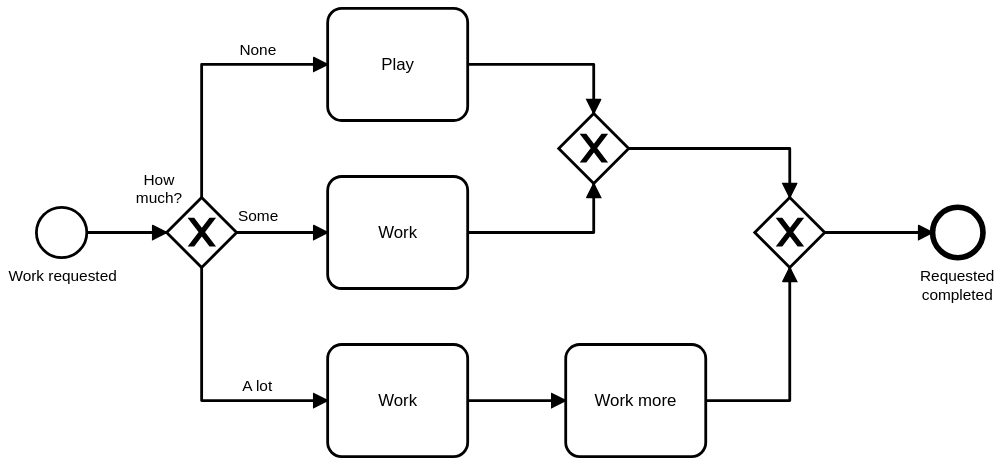
Before: docs/modeling/exclusive-paths.svg, a diagram exported from BPMN (datakurre/automation-playground). Its source is kept beside it as docs/modeling/exclusive-paths.bpmn. Ids are renumbered. Source of this version:
```xml
<bpmn:definitions xmlns:bpmn="http://www.omg.org/spec/BPMN/20100524/MODEL" xmlns:bpmndi="http://www.omg.org/spec/BPMN/20100524/DI" xmlns:dc="http://www.omg.org/spec/DD/20100524/DC" xmlns:di="http://www.omg.org/spec/DD/20100524/DI" xmlns:modeler="http://camunda.org/schema/modeler/1.0" id="Definitions_n1" targetNamespace="http://bpmn.io/schema/bpmn" exporter="Camunda Modeler" exporterVersion="5.6.0" modeler:executionPlatform="Camunda Cloud" modeler:executionPlatformVersion="8.1.0">
  <bpmn:process id="Process_n2" isExecutable="true">
    <bpmn:startEvent id="Event_n3" name="Work requested">
      <bpmn:outgoing>Flow_n4</bpmn:outgoing>
    </bpmn:startEvent>
    <bpmn:sequenceFlow id="Flow_n4" sourceRef="Event_n3" targetRef="Gateway_n5" />
    <bpmn:task id="Activity_n6" name="Work">
      <bpmn:incoming>Flow_n7</bpmn:incoming>
      <bpmn:outgoing>Flow_n8</bpmn:outgoing>
    </bpmn:task>
    <bpmn:sequenceFlow id="Flow_n7" name="Some" sourceRef="Gateway_n5" targetRef="Activity_n6" />
    <bpmn:task id="Activity_n9" name="Work">
      <bpmn:incoming>Flow_n10</bpmn:incoming>
      <bpmn:outgoing>Flow_n11</bpmn:outgoing>
    </bpmn:task>
    <bpmn:sequenceFlow id="Flow_n10" name="A lot" sourceRef="Gateway_n5" targetRef="Activity_n9" />
    <bpmn:task id="Activity_n12" name="Play">
      <bpmn:incoming>Flow_n13</bpmn:incoming>
      <bpmn:outgoing>Flow_n14</bpmn:outgoing>
    </bpmn:task>
    <bpmn:sequenceFlow id="Flow_n13" name="None" sourceRef="Gateway_n5" targetRef="Activity_n12" />
    <bpmn:sequenceFlow id="Flow_n14" sourceRef="Activity_n12" targetRef="Gateway_n15" />
    <bpmn:sequenceFlow id="Flow_n8" sourceRef="Activity_n6" targetRef="Gateway_n15" />
    <bpmn:task id="Activity_n16" name="Work more">
      <bpmn:incoming>Flow_n11</bpmn:incoming>
      <bpmn:outgoing>Flow_n17</bpmn:outgoing>
    </bpmn:task>
    <bpmn:sequenceFlow id="Flow_n11" sourceRef="Activity_n9" targetRef="Activity_n16" />
    <bpmn:sequenceFlow id="Flow_n18" sourceRef="Gateway_n15" targetRef="Gateway_n19" />
    <bpmn:sequenceFlow id="Flow_n17" sourceRef="Activity_n16" targetRef="Gateway_n19" />
    <bpmn:endEvent id="Event_n20" name="Requested completed">
      <bpmn:incoming>Flow_n21</bpmn:incoming>
    </bpmn:endEvent>
    <bpmn:sequenceFlow id="Flow_n21" sourceRef="Gateway_n19" targetRef="Event_n20" />
    <bpmn:exclusiveGateway id="Gateway_n5" name="How&#10;much?">
      <bpmn:incoming>Flow_n4</bpmn:incoming>
      <bpmn:outgoing>Flow_n7</bpmn:outgoing>
      <bpmn:outgoing>Flow_n10</bpmn:outgoing>
      <bpmn:outgoing>Flow_n13</bpmn:outgoing>
    </bpmn:exclusiveGateway>
    <bpmn:exclusiveGateway id="Gateway_n15">
      <bpmn:incoming>Flow_n14</bpmn:incoming>
      <bpmn:incoming>Flow_n8</bpmn:incoming>
      <bpmn:outgoing>Flow_n18</bpmn:outgoing>
    </bpmn:exclusiveGateway>
    <bpmn:exclusiveGateway id="Gateway_n19">
      <bpmn:incoming>Flow_n18</bpmn:incoming>
      <bpmn:incoming>Flow_n17</bpmn:incoming>
      <bpmn:outgoing>Flow_n21</bpmn:outgoing>
    </bpmn:exclusiveGateway>
  </bpmn:process>
  <bpmndi:BPMNDiagram id="BPMNDiagram_1">
    <bpmndi:BPMNPlane id="BPMNPlane_1" bpmnElement="Process_n2">
      <bpmndi:BPMNShape id="Activity_n12_di" bpmnElement="Activity_n12">
        <dc:Bounds x="350" y="80" width="100" height="80" />
        <bpmndi:BPMNLabel />
      </bpmndi:BPMNShape>
      <bpmndi:BPMNShape id="Event_n3_di" bpmnElement="Event_n3">
        <dc:Bounds x="142" y="222" width="36" height="36" />
        <bpmndi:BPMNLabel>
          <dc:Bounds x="122" y="265" width="78" height="14" />
        </bpmndi:BPMNLabel>
      </bpmndi:BPMNShape>
      <bpmndi:BPMNShape id="Activity_n6_di" bpmnElement="Activity_n6">
        <dc:Bounds x="350" y="200" width="100" height="80" />
        <bpmndi:BPMNLabel />
      </bpmndi:BPMNShape>
      <bpmndi:BPMNShape id="Event_n20_di" bpmnElement="Event_n20">
        <dc:Bounds x="782" y="222" width="36" height="36" />
        <bpmndi:BPMNLabel>
          <dc:Bounds x="773" y="265" width="54" height="27" />
        </bpmndi:BPMNLabel>
      </bpmndi:BPMNShape>
      <bpmndi:BPMNShape id="Gateway_1lwy6lg_di" bpmnElement="Gateway_n5" isMarkerVisible="true">
        <dc:Bounds x="235" y="215" width="50" height="50" />
        <bpmndi:BPMNLabel>
          <dc:Bounds x="213" y="196" width="34" height="27" />
        </bpmndi:BPMNLabel>
      </bpmndi:BPMNShape>
      <bpmndi:BPMNShape id="Gateway_1bffzgy_di" bpmnElement="Gateway_n19" isMarkerVisible="true">
        <dc:Bounds x="655" y="215" width="50" height="50" />
      </bpmndi:BPMNShape>
      <bpmndi:BPMNShape id="Gateway_18jeixg_di" bpmnElement="Gateway_n15" isMarkerVisible="true">
        <dc:Bounds x="515" y="155" width="50" height="50" />
      </bpmndi:BPMNShape>
      <bpmndi:BPMNShape id="Activity_n9_di" bpmnElement="Activity_n9">
        <dc:Bounds x="350" y="320" width="100" height="80" />
        <bpmndi:BPMNLabel />
      </bpmndi:BPMNShape>
      <bpmndi:BPMNShape id="Activity_n16_di" bpmnElement="Activity_n16">
        <dc:Bounds x="520" y="320" width="100" height="80" />
        <bpmndi:BPMNLabel />
      </bpmndi:BPMNShape>
      <bpmndi:BPMNEdge id="Flow_n4_di" bpmnElement="Flow_n4">
        <di:waypoint x="178" y="240" />
        <di:waypoint x="235" y="240" />
      </bpmndi:BPMNEdge>
      <bpmndi:BPMNEdge id="Flow_n7_di" bpmnElement="Flow_n7">
        <di:waypoint x="285" y="240" />
        <di:waypoint x="350" y="240" />
        <bpmndi:BPMNLabel>
          <dc:Bounds x="286" y="222" width="29" height="14" />
        </bpmndi:BPMNLabel>
      </bpmndi:BPMNEdge>
      <bpmndi:BPMNEdge id="Flow_n8_di" bpmnElement="Flow_n8">
        <di:waypoint x="450" y="240" />
        <di:waypoint x="540" y="240" />
        <di:waypoint x="540" y="205" />
      </bpmndi:BPMNEdge>
      <bpmndi:BPMNEdge id="Flow_n10_di" bpmnElement="Flow_n10">
        <di:waypoint x="260" y="265" />
        <di:waypoint x="260" y="360" />
        <di:waypoint x="350" y="360" />
        <bpmndi:BPMNLabel>
          <dc:Bounds x="289" y="343" width="21" height="14" />
        </bpmndi:BPMNLabel>
      </bpmndi:BPMNEdge>
      <bpmndi:BPMNEdge id="Flow_n11_di" bpmnElement="Flow_n11">
        <di:waypoint x="450" y="360" />
        <di:waypoint x="520" y="360" />
      </bpmndi:BPMNEdge>
      <bpmndi:BPMNEdge id="Flow_n13_di" bpmnElement="Flow_n13">
        <di:waypoint x="260" y="215" />
        <di:waypoint x="260" y="120" />
        <di:waypoint x="350" y="120" />
        <bpmndi:BPMNLabel>
          <dc:Bounds x="287" y="103" width="27" height="14" />
        </bpmndi:BPMNLabel>
      </bpmndi:BPMNEdge>
      <bpmndi:BPMNEdge id="Flow_n14_di" bpmnElement="Flow_n14">
        <di:waypoint x="450" y="120" />
        <di:waypoint x="540" y="120" />
        <di:waypoint x="540" y="155" />
      </bpmndi:BPMNEdge>
      <bpmndi:BPMNEdge id="Flow_n17_di" bpmnElement="Flow_n17">
        <di:waypoint x="620" y="360" />
        <di:waypoint x="680" y="360" />
        <di:waypoint x="680" y="265" />
      </bpmndi:BPMNEdge>
      <bpmndi:BPMNEdge id="Flow_n21_di" bpmnElement="Flow_n21">
        <di:waypoint x="705" y="240" />
        <di:waypoint x="782" y="240" />
      </bpmndi:BPMNEdge>
      <bpmndi:BPMNEdge id="Flow_n18_di" bpmnElement="Flow_n18">
        <di:waypoint x="565" y="180" />
        <di:waypoint x="680" y="180" />
        <di:waypoint x="680" y="215" />
      </bpmndi:BPMNEdge>
    </bpmndi:BPMNPlane>
  </bpmndi:BPMNDiagram>
</bpmn:definitions>
```
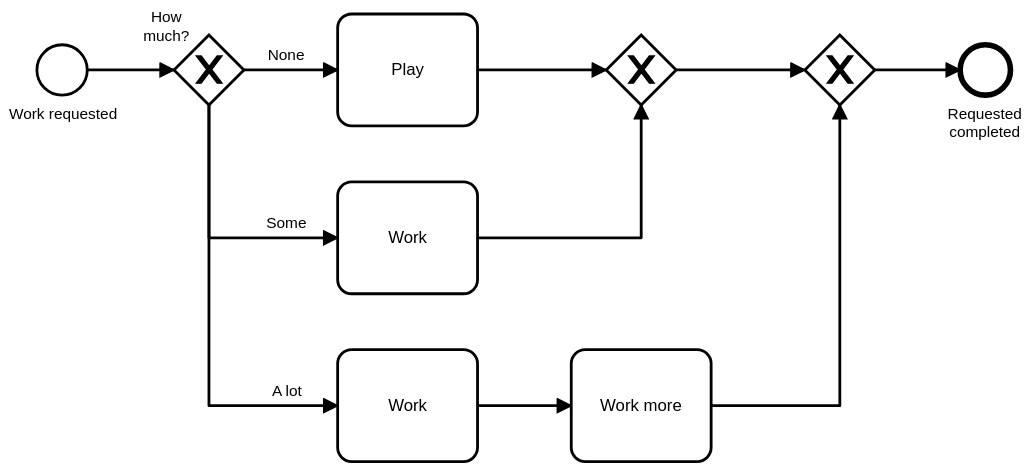
Above is the later version.

Change to the diagram source:
```diff
@@ -51,100 +51,98 @@
   </bpmn:process>
   <bpmndi:BPMNDiagram id="BPMNDiagram_1">
     <bpmndi:BPMNPlane id="BPMNPlane_1" bpmnElement="Process_n2">
-      <bpmndi:BPMNShape id="Activity_n12_di" bpmnElement="Activity_n12">
-        <dc:Bounds x="350" y="80" width="100" height="80" />
-        <bpmndi:BPMNLabel />
+      <bpmndi:BPMNShape id="Event_n3_di" bpmnElement="Event_n3">
+        <dc:Bounds x="172" y="112" width="36" height="36" />
+        <bpmndi:BPMNLabel>
+          <dc:Bounds x="152" y="155" width="78" height="14" />
+        </bpmndi:BPMNLabel>
       </bpmndi:BPMNShape>
-      <bpmndi:BPMNShape id="Event_n3_di" bpmnElement="Event_n3">
-        <dc:Bounds x="142" y="222" width="36" height="36" />
+      <bpmndi:BPMNShape id="Event_n20_di" bpmnElement="Event_n20">
+        <dc:Bounds x="832" y="112" width="36" height="36" />
         <bpmndi:BPMNLabel>
-          <dc:Bounds x="122" y="265" width="78" height="14" />
+          <dc:Bounds x="823" y="155" width="54" height="27" />
+        </bpmndi:BPMNLabel>
+      </bpmndi:BPMNShape>
+      <bpmndi:BPMNShape id="Gateway_1lwy6lg_di" bpmnElement="Gateway_n5" isMarkerVisible="true">
+        <dc:Bounds x="270" y="105" width="50" height="50" />
+        <bpmndi:BPMNLabel>
+          <dc:Bounds x="248" y="86" width="34" height="27" />
         </bpmndi:BPMNLabel>
       </bpmndi:BPMNShape>
       <bpmndi:BPMNShape id="Activity_n6_di" bpmnElement="Activity_n6">
-        <dc:Bounds x="350" y="200" width="100" height="80" />
+        <dc:Bounds x="387" y="210" width="100" height="80" />
         <bpmndi:BPMNLabel />
       </bpmndi:BPMNShape>
-      <bpmndi:BPMNShape id="Event_n20_di" bpmnElement="Event_n20">
-        <dc:Bounds x="782" y="222" width="36" height="36" />
-        <bpmndi:BPMNLabel>
-          <dc:Bounds x="773" y="265" width="54" height="27" />
-        </bpmndi:BPMNLabel>
+      <bpmndi:BPMNShape id="Activity_n9_di" bpmnElement="Activity_n9">
+        <dc:Bounds x="387" y="330" width="100" height="80" />
+        <bpmndi:BPMNLabel />
       </bpmndi:BPMNShape>
-      <bpmndi:BPMNShape id="Gateway_1lwy6lg_di" bpmnElement="Gateway_n5" isMarkerVisible="true">
-        <dc:Bounds x="235" y="215" width="50" height="50" />
-        <bpmndi:BPMNLabel>
-          <dc:Bounds x="213" y="196" width="34" height="27" />
-        </bpmndi:BPMNLabel>
+      <bpmndi:BPMNShape id="Activity_n12_di" bpmnElement="Activity_n12">
+        <dc:Bounds x="387" y="90" width="100" height="80" />
+        <bpmndi:BPMNLabel />
+      </bpmndi:BPMNShape>
+      <bpmndi:BPMNShape id="Gateway_18jeixg_di" bpmnElement="Gateway_n15" isMarkerVisible="true">
+        <dc:Bounds x="579" y="105" width="50" height="50" />
+      </bpmndi:BPMNShape>
+      <bpmndi:BPMNShape id="Activity_n16_di" bpmnElement="Activity_n16">
+        <dc:Bounds x="554" y="330" width="100" height="80" />
+        <bpmndi:BPMNLabel />
       </bpmndi:BPMNShape>
       <bpmndi:BPMNShape id="Gateway_1bffzgy_di" bpmnElement="Gateway_n19" isMarkerVisible="true">
-        <dc:Bounds x="655" y="215" width="50" height="50" />
-      </bpmndi:BPMNShape>
-      <bpmndi:BPMNShape id="Gateway_18jeixg_di" bpmnElement="Gateway_n15" isMarkerVisible="true">
-        <dc:Bounds x="515" y="155" width="50" height="50" />
-      </bpmndi:BPMNShape>
-      <bpmndi:BPMNShape id="Activity_n9_di" bpmnElement="Activity_n9">
-        <dc:Bounds x="350" y="320" width="100" height="80" />
-        <bpmndi:BPMNLabel />
-      </bpmndi:BPMNShape>
-      <bpmndi:BPMNShape id="Activity_n16_di" bpmnElement="Activity_n16">
-        <dc:Bounds x="520" y="320" width="100" height="80" />
-        <bpmndi:BPMNLabel />
+        <dc:Bounds x="721" y="105" width="50" height="50" />
       </bpmndi:BPMNShape>
       <bpmndi:BPMNEdge id="Flow_n4_di" bpmnElement="Flow_n4">
-        <di:waypoint x="178" y="240" />
-        <di:waypoint x="235" y="240" />
+        <di:waypoint x="208" y="130" />
+        <di:waypoint x="270" y="130" />
       </bpmndi:BPMNEdge>
       <bpmndi:BPMNEdge id="Flow_n7_di" bpmnElement="Flow_n7">
-        <di:waypoint x="285" y="240" />
-        <di:waypoint x="350" y="240" />
+        <di:waypoint x="295" y="155" />
+        <di:waypoint x="295" y="250" />
+        <di:waypoint x="387" y="250" />
         <bpmndi:BPMNLabel>
-          <dc:Bounds x="286" y="222" width="29" height="14" />
+          <dc:Bounds x="336" y="233" width="29" height="14" />
         </bpmndi:BPMNLabel>
       </bpmndi:BPMNEdge>
-      <bpmndi:BPMNEdge id="Flow_n8_di" bpmnElement="Flow_n8">
-        <di:waypoint x="450" y="240" />
-        <di:waypoint x="540" y="240" />
-        <di:waypoint x="540" y="205" />
-      </bpmndi:BPMNEdge>
       <bpmndi:BPMNEdge id="Flow_n10_di" bpmnElement="Flow_n10">
-        <di:waypoint x="260" y="265" />
-        <di:waypoint x="260" y="360" />
-        <di:waypoint x="350" y="360" />
+        <di:waypoint x="295" y="155" />
+        <di:waypoint x="295" y="370" />
+        <di:waypoint x="387" y="370" />
         <bpmndi:BPMNLabel>
-          <dc:Bounds x="289" y="343" width="21" height="14" />
+          <dc:Bounds x="340" y="353" width="21" height="14" />
         </bpmndi:BPMNLabel>
       </bpmndi:BPMNEdge>
-      <bpmndi:BPMNEdge id="Flow_n11_di" bpmnElement="Flow_n11">
-        <di:waypoint x="450" y="360" />
-        <di:waypoint x="520" y="360" />
-      </bpmndi:BPMNEdge>
       <bpmndi:BPMNEdge id="Flow_n13_di" bpmnElement="Flow_n13">
-        <di:waypoint x="260" y="215" />
-        <di:waypoint x="260" y="120" />
-        <di:waypoint x="350" y="120" />
+        <di:waypoint x="320" y="130" />
+        <di:waypoint x="387" y="130" />
         <bpmndi:BPMNLabel>
-          <dc:Bounds x="287" y="103" width="27" height="14" />
+          <dc:Bounds x="337" y="113" width="27" height="14" />
         </bpmndi:BPMNLabel>
       </bpmndi:BPMNEdge>
       <bpmndi:BPMNEdge id="Flow_n14_di" bpmnElement="Flow_n14">
-        <di:waypoint x="450" y="120" />
-        <di:waypoint x="540" y="120" />
-        <di:waypoint x="540" y="155" />
+        <di:waypoint x="487" y="130" />
+        <di:waypoint x="579" y="130" />
+      </bpmndi:BPMNEdge>
+      <bpmndi:BPMNEdge id="Flow_n8_di" bpmnElement="Flow_n8">
+        <di:waypoint x="487" y="250" />
+        <di:waypoint x="604" y="250" />
+        <di:waypoint x="604" y="155" />
+      </bpmndi:BPMNEdge>
+      <bpmndi:BPMNEdge id="Flow_n11_di" bpmnElement="Flow_n11">
+        <di:waypoint x="487" y="370" />
+        <di:waypoint x="554" y="370" />
+      </bpmndi:BPMNEdge>
+      <bpmndi:BPMNEdge id="Flow_n18_di" bpmnElement="Flow_n18">
+        <di:waypoint x="629" y="130" />
+        <di:waypoint x="721" y="130" />
       </bpmndi:BPMNEdge>
       <bpmndi:BPMNEdge id="Flow_n17_di" bpmnElement="Flow_n17">
-        <di:waypoint x="620" y="360" />
-        <di:waypoint x="680" y="360" />
-        <di:waypoint x="680" y="265" />
+        <di:waypoint x="654" y="370" />
+        <di:waypoint x="746" y="370" />
+        <di:waypoint x="746" y="155" />
       </bpmndi:BPMNEdge>
       <bpmndi:BPMNEdge id="Flow_n21_di" bpmnElement="Flow_n21">
-        <di:waypoint x="705" y="240" />
-        <di:waypoint x="782" y="240" />
-      </bpmndi:BPMNEdge>
-      <bpmndi:BPMNEdge id="Flow_n18_di" bpmnElement="Flow_n18">
-        <di:waypoint x="565" y="180" />
-        <di:waypoint x="680" y="180" />
-        <di:waypoint x="680" y="215" />
+        <di:waypoint x="771" y="130" />
+        <di:waypoint x="832" y="130" />
       </bpmndi:BPMNEdge>
     </bpmndi:BPMNPlane>
   </bpmndi:BPMNDiagram>
```
